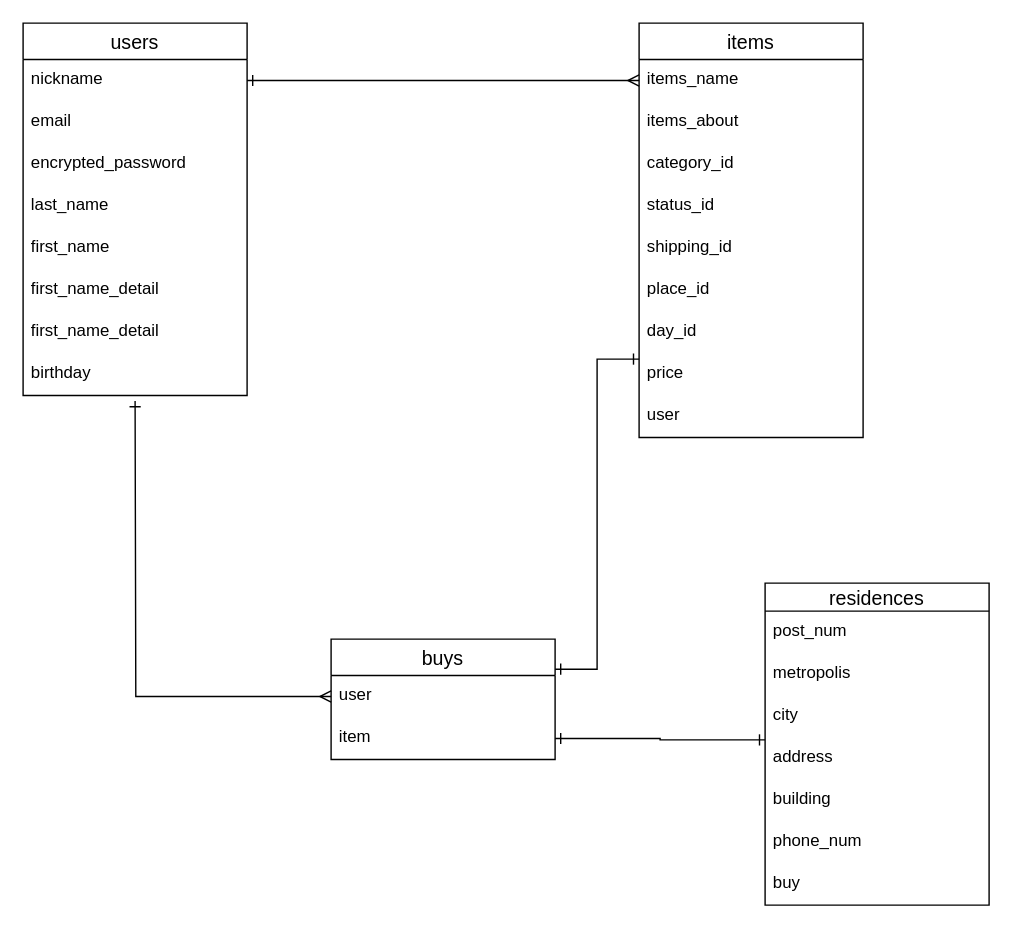
This is er.dio from KantoWatanabe023/furima-35539, a draw.io file, before an edit. Source tidied: cells renumbered, new cells numbered last; positions are measured from the earlier drawing's top-left corner, leaving out a move shared by most shapes. Both pictures are drawn from the tidied source at 140%, with x=0, y=0 at pixel (22, 22).
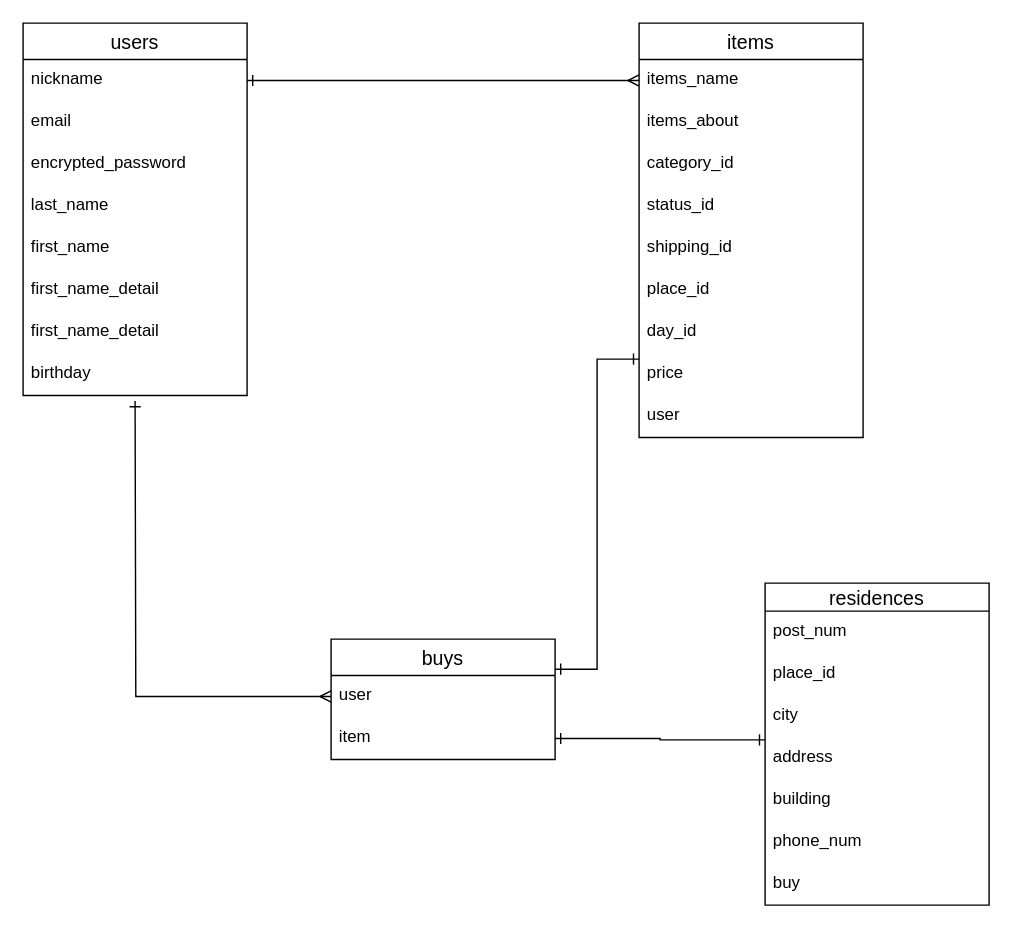
The same page after the edit.

Unchanged cells that the change refers to:
```xml
<mxCell id="21" value="residences" style="swimlane;fontStyle=0;horizontal=1;startSize=20;align=center;fontSize=14;" parent="1" vertex="1">
  <mxGeometry x="530" y="400" width="160" height="230" as="geometry" />
</mxCell>
```

What changed in the source:
```diff
@@
-    <mxCell id="23" value="metropolis" style="text;strokeColor=none;fillColor=none;spacingLeft=4;spacingRight=4;overflow=hidden;fontSize=12;" parent="21" vertex="1">
+    <mxCell id="23" value="place_id" style="text;strokeColor=none;fillColor=none;spacingLeft=4;spacingRight=4;overflow=hidden;fontSize=12;" parent="21" vertex="1">
       <mxGeometry y="50" width="160" height="30" as="geometry" />
     </mxCell>
```
